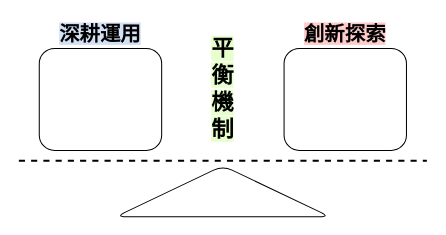
The draw.io diagram 論文ver1/圖片/靈巧能立母版.drawio in carina419/NTUST, before the edit. Source tidied: cells renumbered, new cells numbered last; positions are measured from the earlier drawing's top-left corner, leaving out a move shared by most shapes. Both pictures are drawn from the tidied source at 102%, with x=0, y=0 at pixel (18, 17).
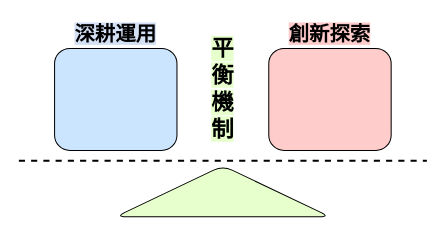
The same diagram, later.

Commit message:
Update 靈巧能立母版.drawio

The edit, as a diff of the source:
```diff
@@
 <mxGraphModel>
   <root>
     <mxCell id="0" />
     <mxCell id="1" parent="0" />
-    <mxCell id="2" style="triangle;whiteSpace=wrap;html=1;rounded=1;rotation=-90;" parent="1" vertex="1">
+    <mxCell id="2" style="triangle;whiteSpace=wrap;html=1;rounded=1;rotation=-90;fillColor=#E6FFCC;" parent="1" vertex="1">
       <mxGeometry x="175" y="65" width="50" height="210" as="geometry" />
     </mxCell>
     <mxCell id="3" style="endArrow=none;dashed=1;html=1;rounded=0;strokeWidth=2;strokeColor=default;" parent="1" edge="1">
       <mxGeometry relative="1" as="geometry">
         <mxPoint y="140" as="sourcePoint" />
         <mxPoint x="400" y="140" as="targetPoint" />
       </mxGeometry>
     </mxCell>
-    <mxCell id="4" style="rounded=1;whiteSpace=wrap;html=1;" parent="1" vertex="1">
-      <mxGeometry x="20" y="30" width="120" height="100" as="geometry" />
+    <mxCell id="4" style="rounded=1;whiteSpace=wrap;html=1;fillColor=#CCE5FF;" parent="1" vertex="1">
+      <mxGeometry x="35" y="30" width="120" height="100" as="geometry" />
     </mxCell>
-    <mxCell id="5" style="rounded=1;whiteSpace=wrap;html=1;" parent="1" vertex="1">
-      <mxGeometry x="260" y="30" width="120" height="100" as="geometry" />
+    <mxCell id="5" style="rounded=1;whiteSpace=wrap;html=1;fillColor=#FFCCCC;" parent="1" vertex="1">
+      <mxGeometry x="245" y="30" width="120" height="100" as="geometry" />
     </mxCell>
     <mxCell id="6" value="&lt;font style=&quot;font-size: 20px; background-color: rgb(212, 225, 245);&quot; face=&quot;標楷體&quot;&gt;&lt;b&gt;深耕運用&lt;/b&gt;&lt;/font&gt;" style="text;html=1;align=center;verticalAlign=middle;whiteSpace=wrap;rounded=0;" parent="1" vertex="1">
-      <mxGeometry x="35" width="90" height="30" as="geometry" />
+      <mxGeometry x="50" width="90" height="30" as="geometry" />
     </mxCell>
     <mxCell id="7" value="&lt;font style=&quot;font-size: 20px; background-color: rgb(255, 204, 204);&quot; face=&quot;標楷體&quot;&gt;&lt;b&gt;創新探索&lt;/b&gt;&lt;/font&gt;" style="text;html=1;align=center;verticalAlign=middle;whiteSpace=wrap;rounded=0;" parent="1" vertex="1">
-      <mxGeometry x="275" width="90" height="30" as="geometry" />
+      <mxGeometry x="260" width="90" height="30" as="geometry" />
     </mxCell>
     <mxCell id="8" value="&lt;font style=&quot;font-size: 22px; background-color: rgb(230, 255, 204);&quot; face=&quot;標楷體&quot;&gt;&lt;b&gt;平衡機制&lt;/b&gt;&lt;/font&gt;" style="text;html=1;align=center;verticalAlign=middle;whiteSpace=wrap;rounded=0;" parent="1" vertex="1">
       <mxGeometry x="190" y="57.1" width="20" height="25.7" as="geometry" />
     </mxCell>
   </root>
 </mxGraphModel>
```
